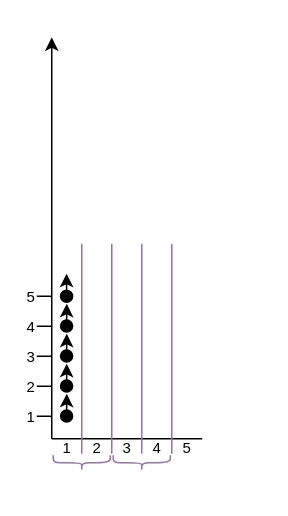
m4ccim/drawio keeps this draw.io diagram as Untitled Diagram.drawio. Above is the earlier version. Source tidied: cells renumbered, new cells numbered last; positions are measured from the earlier drawing's top-left corner, leaving out a move shared by most shapes. Both pictures are drawn from the tidied source at 150%, with x=0, y=0 at pixel (28, 36).
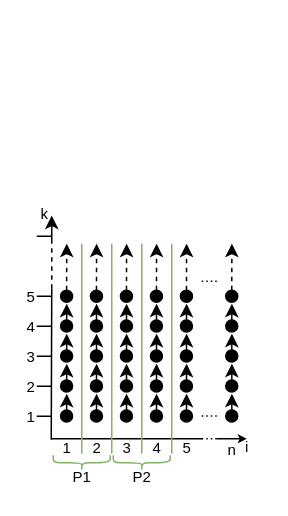
After the change.

Unchanged cells that the change refers to:
```xml
<mxCell id="13" value="1" style="text;html=1;align=center;verticalAlign=middle;points=[];strokeColor=none;fillColor=none;fontSize=10;strokeWidth=1;spacing=1;spacingBottom=8;" parent="1" vertex="1">
  <mxGeometry x="15" y="263" width="20" height="30" as="geometry" />
</mxCell>
```

Change to the diagram source:
```diff
@@
     <mxCell id="2" style="endArrow=classic;html=1;rounded=0;jumpStyle=none;startArrow=none;startFill=0;endFill=1;" parent="1" edge="1">
       <mxGeometry relative="1" as="geometry">
-        <mxPoint x="15" y="268" as="sourcePoint" />
-        <mxPoint x="15" y="0.4" as="targetPoint" />
+        <mxPoint x="15" y="138" as="sourcePoint" />
+        <mxPoint x="15" y="119.2" as="targetPoint" />
       </mxGeometry>
     </mxCell>
@@
-    <mxCell id="4" style="endArrow=none;html=1;rounded=0;jumpStyle=none;fillColor=#e1d5e7;strokeColor=#9673a6;" parent="1" edge="1">
+    <mxCell id="4" style="endArrow=none;html=1;rounded=0;jumpStyle=none;fillColor=#d5e8d4;strokeColor=#82b366;" parent="1" edge="1">
       <mxGeometry relative="1" as="geometry">
         <mxPoint x="35" y="278" as="sourcePoint" />
         <mxPoint x="35" y="138" as="targetPoint" />
       </mxGeometry>
     </mxCell>
-    <mxCell id="5" style="endArrow=none;html=1;rounded=0;jumpStyle=none;fillColor=#e1d5e7;strokeColor=#9673a6;" parent="1" edge="1">
+    <mxCell id="5" style="endArrow=none;html=1;rounded=0;jumpStyle=none;fillColor=#d5e8d4;strokeColor=#82b366;" parent="1" edge="1">
       <mxGeometry relative="1" as="geometry">
         <mxPoint x="55" y="278" as="sourcePoint" />
         <mxPoint x="55" y="138" as="targetPoint" />
       </mxGeometry>
     </mxCell>
-    <mxCell id="6" style="endArrow=none;html=1;rounded=0;jumpStyle=none;fillColor=#e1d5e7;strokeColor=#9673a6;" parent="1" edge="1">
+    <mxCell id="6" style="endArrow=none;html=1;rounded=0;jumpStyle=none;fillColor=#d5e8d4;strokeColor=#82b366;" parent="1" edge="1">
       <mxGeometry relative="1" as="geometry">
         <mxPoint x="75" y="278" as="sourcePoint" />
         <mxPoint x="75" y="138" as="targetPoint" />
       </mxGeometry>
     </mxCell>
-    <mxCell id="7" style="endArrow=none;html=1;rounded=0;jumpStyle=none;fillColor=#e1d5e7;strokeColor=#9673a6;" parent="1" edge="1">
+    <mxCell id="7" style="endArrow=none;html=1;rounded=0;jumpStyle=none;fillColor=#d5e8d4;strokeColor=#82b366;" parent="1" edge="1">
       <mxGeometry relative="1" as="geometry">
         <mxPoint x="95" y="278" as="sourcePoint" />
         <mxPoint x="95" y="138" as="targetPoint" />
       </mxGeometry>
     </mxCell>
@@
-    <mxCell id="23" style="shape=curlyBracket;whiteSpace=wrap;html=1;rounded=1;flipH=1;fontSize=10;strokeWidth=1;rotation=90;size=0.5;fillColor=#e1d5e7;strokeColor=#9673a6;" parent="1" vertex="1">
+    <mxCell id="23" style="shape=curlyBracket;whiteSpace=wrap;html=1;rounded=1;flipH=1;fontSize=10;strokeWidth=1;rotation=90;size=0.5;fillColor=#d5e8d4;strokeColor=#82b366;" parent="1" vertex="1">
       <mxGeometry x="70" y="265" width="10" height="38" as="geometry" />
     </mxCell>
-    <mxCell id="24" style="shape=curlyBracket;whiteSpace=wrap;html=1;rounded=1;flipH=1;fontSize=10;strokeWidth=1;rotation=90;size=0.5;fillColor=#e1d5e7;strokeColor=#9673a6;" parent="1" vertex="1">
+    <mxCell id="24" style="shape=curlyBracket;whiteSpace=wrap;html=1;rounded=1;flipH=1;fontSize=10;strokeWidth=1;rotation=90;size=0.5;fillColor=#d5e8d4;strokeColor=#82b366;" parent="1" vertex="1">
       <mxGeometry x="30" y="265" width="10" height="38" as="geometry" />
     </mxCell>
@@
-    <mxCell id="29" style="html=1;verticalAlign=bottom;startArrow=oval;startFill=1;endArrow=classic;startSize=8;rounded=0;fontSize=10;sourcePerimeterSpacing=3;targetPerimeterSpacing=3;jumpStyle=sharp;jumpSize=3;strokeWidth=1;endFill=1;" parent="1" edge="1">
+    <mxCell id="29" style="html=1;verticalAlign=bottom;startArrow=oval;startFill=1;endArrow=classic;startSize=8;rounded=0;fontSize=10;sourcePerimeterSpacing=3;targetPerimeterSpacing=3;jumpStyle=sharp;jumpSize=3;strokeWidth=1;endFill=1;dashed=1;" parent="1" edge="1">
       <mxGeometry relative="1" as="geometry">
         <mxPoint x="24.9" y="173" as="sourcePoint" />
-        <mxPoint x="24.9" y="158" as="targetPoint" />
+        <mxPoint x="25" y="138" as="targetPoint" />
       </mxGeometry>
     </mxCell>
+    <mxCell id="30" value="P1" style="text;html=1;align=center;verticalAlign=middle;strokeColor=none;fillColor=none;fontSize=10;" parent="1" vertex="1">
+      <mxGeometry x="20" y="283" width="30" height="20" as="geometry" />
+    </mxCell>
+    <mxCell id="31" value="P2" style="text;html=1;align=center;verticalAlign=middle;strokeColor=none;fillColor=none;fontSize=10;" parent="1" vertex="1">
+      <mxGeometry x="60" y="283" width="30" height="20" as="geometry" />
+    </mxCell>
+    <mxCell id="32" style="line;strokeWidth=1;dashed=0;labelPosition=right;align=left;verticalAlign=middle;spacingTop=0;spacingLeft=6;" parent="1" vertex="1">
+      <mxGeometry x="5" y="128" width="10" height="10" as="geometry" />
+    </mxCell>
+    <mxCell id="33" value="k" style="text;html=1;align=center;verticalAlign=middle;strokeColor=none;fillColor=none;fontSize=10;" parent="1" vertex="1">
+      <mxGeometry y="108" width="20" height="20" as="geometry" />
+    </mxCell>
+    <mxCell id="34" style="endArrow=none;html=1;rounded=0;fontSize=10;startSize=3;endSize=3;sourcePerimeterSpacing=3;targetPerimeterSpacing=3;strokeWidth=1;jumpStyle=sharp;jumpSize=3;exitX=-0.017;exitY=0.189;exitDx=0;exitDy=0;exitPerimeter=0;" parent="1" edge="1" source="13">
+      <mxGeometry relative="1" as="geometry">
+        <mxPoint x="15" y="168" as="targetPoint" />
+      </mxGeometry>
+    </mxCell>
+    <mxCell id="35" style="endArrow=none;dashed=1;html=1;rounded=0;fontSize=10;startSize=3;endSize=3;sourcePerimeterSpacing=3;targetPerimeterSpacing=3;strokeWidth=1;jumpStyle=sharp;jumpSize=3;" parent="1" edge="1">
+      <mxGeometry relative="1" as="geometry">
+        <mxPoint x="15" y="168" as="sourcePoint" />
+        <mxPoint x="15" y="138" as="targetPoint" />
+        <Array as="points">
+          <mxPoint x="14.9" y="153" />
+        </Array>
+      </mxGeometry>
+    </mxCell>
+    <mxCell id="36" style="html=1;verticalAlign=bottom;startArrow=oval;startFill=1;endArrow=classic;startSize=8;rounded=0;fontSize=10;sourcePerimeterSpacing=3;targetPerimeterSpacing=3;jumpStyle=sharp;jumpSize=3;strokeWidth=1;endFill=1;" parent="1" edge="1">
+      <mxGeometry relative="1" as="geometry">
+        <mxPoint x="44.8" y="252.9" as="sourcePoint" />
+        <mxPoint x="44.9" y="238" as="targetPoint" />
+      </mxGeometry>
+    </mxCell>
+    <mxCell id="37" style="html=1;verticalAlign=bottom;startArrow=oval;startFill=1;endArrow=classic;startSize=8;rounded=0;fontSize=10;sourcePerimeterSpacing=3;targetPerimeterSpacing=3;jumpStyle=sharp;jumpSize=3;strokeWidth=1;endFill=1;" parent="1" edge="1">
+      <mxGeometry relative="1" as="geometry">
+        <mxPoint x="44.8" y="232.9" as="sourcePoint" />
+        <mxPoint x="44.9" y="218" as="targetPoint" />
+      </mxGeometry>
+    </mxCell>
+    <mxCell id="38" style="html=1;verticalAlign=bottom;startArrow=oval;startFill=1;endArrow=classic;startSize=8;rounded=0;fontSize=10;sourcePerimeterSpacing=3;targetPerimeterSpacing=3;jumpStyle=sharp;jumpSize=3;strokeWidth=1;endFill=1;" parent="1" edge="1">
+      <mxGeometry relative="1" as="geometry">
+        <mxPoint x="44.8" y="212.9" as="sourcePoint" />
+        <mxPoint x="44.9" y="198" as="targetPoint" />
+      </mxGeometry>
+    </mxCell>
+    <mxCell id="39" style="html=1;verticalAlign=bottom;startArrow=oval;startFill=1;endArrow=classic;startSize=8;rounded=0;fontSize=10;sourcePerimeterSpacing=3;targetPerimeterSpacing=3;jumpStyle=sharp;jumpSize=3;strokeWidth=1;endFill=1;" parent="1" edge="1">
+      <mxGeometry relative="1" as="geometry">
+        <mxPoint x="44.8" y="192.9" as="sourcePoint" />
+        <mxPoint x="44.9" y="178" as="targetPoint" />
+      </mxGeometry>
+    </mxCell>
+    <mxCell id="40" style="html=1;verticalAlign=bottom;startArrow=oval;startFill=1;endArrow=classic;startSize=8;rounded=0;fontSize=10;sourcePerimeterSpacing=3;targetPerimeterSpacing=3;jumpStyle=sharp;jumpSize=3;strokeWidth=1;endFill=1;dashed=1;" parent="1" edge="1">
+      <mxGeometry relative="1" as="geometry">
+        <mxPoint x="44.8" y="173" as="sourcePoint" />
+        <mxPoint x="44.9" y="138" as="targetPoint" />
+      </mxGeometry>
+    </mxCell>
+    <mxCell id="41" style="html=1;verticalAlign=bottom;startArrow=oval;startFill=1;endArrow=classic;startSize=8;rounded=0;fontSize=10;sourcePerimeterSpacing=3;targetPerimeterSpacing=3;jumpStyle=sharp;jumpSize=3;strokeWidth=1;endFill=1;" parent="1" edge="1">
+      <mxGeometry relative="1" as="geometry">
+        <mxPoint x="64.8" y="252.9" as="sourcePoint" />
+        <mxPoint x="64.9" y="238" as="targetPoint" />
+      </mxGeometry>
+    </mxCell>
+    <mxCell id="42" style="html=1;verticalAlign=bottom;startArrow=oval;startFill=1;endArrow=classic;startSize=8;rounded=0;fontSize=10;sourcePerimeterSpacing=3;targetPerimeterSpacing=3;jumpStyle=sharp;jumpSize=3;strokeWidth=1;endFill=1;" parent="1" edge="1">
+      <mxGeometry relative="1" as="geometry">
+        <mxPoint x="64.8" y="232.9" as="sourcePoint" />
+        <mxPoint x="64.9" y="218" as="targetPoint" />
+      </mxGeometry>
+    </mxCell>
+    <mxCell id="43" style="html=1;verticalAlign=bottom;startArrow=oval;startFill=1;endArrow=classic;startSize=8;rounded=0;fontSize=10;sourcePerimeterSpacing=3;targetPerimeterSpacing=3;jumpStyle=sharp;jumpSize=3;strokeWidth=1;endFill=1;" parent="1" edge="1">
+      <mxGeometry relative="1" as="geometry">
+        <mxPoint x="64.8" y="212.9" as="sourcePoint" />
+        <mxPoint x="64.9" y="198" as="targetPoint" />
+      </mxGeometry>
+    </mxCell>
+    <mxCell id="44" style="html=1;verticalAlign=bottom;startArrow=oval;startFill=1;endArrow=classic;startSize=8;rounded=0;fontSize=10;sourcePerimeterSpacing=3;targetPerimeterSpacing=3;jumpStyle=sharp;jumpSize=3;strokeWidth=1;endFill=1;" parent="1" edge="1">
+      <mxGeometry relative="1" as="geometry">
+        <mxPoint x="64.8" y="192.9" as="sourcePoint" />
+        <mxPoint x="64.9" y="178" as="targetPoint" />
+      </mxGeometry>
+    </mxCell>
+    <mxCell id="45" style="html=1;verticalAlign=bottom;startArrow=oval;startFill=1;endArrow=classic;startSize=8;rounded=0;fontSize=10;sourcePerimeterSpacing=3;targetPerimeterSpacing=3;jumpStyle=sharp;jumpSize=3;strokeWidth=1;endFill=1;dashed=1;" parent="1" edge="1">
+      <mxGeometry relative="1" as="geometry">
+        <mxPoint x="64.8" y="173" as="sourcePoint" />
+        <mxPoint x="64.9" y="138" as="targetPoint" />
+      </mxGeometry>
+    </mxCell>
+    <mxCell id="46" style="html=1;verticalAlign=bottom;startArrow=oval;startFill=1;endArrow=classic;startSize=8;rounded=0;fontSize=10;sourcePerimeterSpacing=3;targetPerimeterSpacing=3;jumpStyle=sharp;jumpSize=3;strokeWidth=1;endFill=1;" parent="1" edge="1">
+      <mxGeometry relative="1" as="geometry">
+        <mxPoint x="84.8" y="252.9" as="sourcePoint" />
+        <mxPoint x="84.9" y="238" as="targetPoint" />
+      </mxGeometry>
+    </mxCell>
+    <mxCell id="47" style="html=1;verticalAlign=bottom;startArrow=oval;startFill=1;endArrow=classic;startSize=8;rounded=0;fontSize=10;sourcePerimeterSpacing=3;targetPerimeterSpacing=3;jumpStyle=sharp;jumpSize=3;strokeWidth=1;endFill=1;" parent="1" edge="1">
+      <mxGeometry relative="1" as="geometry">
+        <mxPoint x="84.8" y="232.9" as="sourcePoint" />
+        <mxPoint x="84.9" y="218" as="targetPoint" />
+      </mxGeometry>
+    </mxCell>
+    <mxCell id="48" style="html=1;verticalAlign=bottom;startArrow=oval;startFill=1;endArrow=classic;startSize=8;rounded=0;fontSize=10;sourcePerimeterSpacing=3;targetPerimeterSpacing=3;jumpStyle=sharp;jumpSize=3;strokeWidth=1;endFill=1;" parent="1" edge="1">
+      <mxGeometry relative="1" as="geometry">
+        <mxPoint x="84.8" y="212.9" as="sourcePoint" />
+        <mxPoint x="84.9" y="198" as="targetPoint" />
+      </mxGeometry>
+    </mxCell>
+    <mxCell id="49" style="html=1;verticalAlign=bottom;startArrow=oval;startFill=1;endArrow=classic;startSize=8;rounded=0;fontSize=10;sourcePerimeterSpacing=3;targetPerimeterSpacing=3;jumpStyle=sharp;jumpSize=3;strokeWidth=1;endFill=1;" parent="1" edge="1">
+      <mxGeometry relative="1" as="geometry">
+        <mxPoint x="84.8" y="192.9" as="sourcePoint" />
+        <mxPoint x="84.9" y="178" as="targetPoint" />
+      </mxGeometry>
+    </mxCell>
+    <mxCell id="50" style="html=1;verticalAlign=bottom;startArrow=oval;startFill=1;endArrow=classic;startSize=8;rounded=0;fontSize=10;sourcePerimeterSpacing=3;targetPerimeterSpacing=3;jumpStyle=sharp;jumpSize=3;strokeWidth=1;endFill=1;dashed=1;" parent="1" edge="1">
+      <mxGeometry relative="1" as="geometry">
+        <mxPoint x="84.8" y="173" as="sourcePoint" />
+        <mxPoint x="84.9" y="138" as="targetPoint" />
+      </mxGeometry>
+    </mxCell>
+    <mxCell id="51" style="html=1;verticalAlign=bottom;startArrow=oval;startFill=1;endArrow=classic;startSize=8;rounded=0;fontSize=10;sourcePerimeterSpacing=3;targetPerimeterSpacing=3;jumpStyle=sharp;jumpSize=3;strokeWidth=1;endFill=1;" parent="1" edge="1">
+      <mxGeometry relative="1" as="geometry">
+        <mxPoint x="104.8" y="252.9" as="sourcePoint" />
+        <mxPoint x="104.9" y="238" as="targetPoint" />
+      </mxGeometry>
+    </mxCell>
+    <mxCell id="52" style="html=1;verticalAlign=bottom;startArrow=oval;startFill=1;endArrow=classic;startSize=8;rounded=0;fontSize=10;sourcePerimeterSpacing=3;targetPerimeterSpacing=3;jumpStyle=sharp;jumpSize=3;strokeWidth=1;endFill=1;" parent="1" edge="1">
+      <mxGeometry relative="1" as="geometry">
+        <mxPoint x="104.8" y="232.9" as="sourcePoint" />
+        <mxPoint x="104.9" y="218" as="targetPoint" />
+      </mxGeometry>
+    </mxCell>
+    <mxCell id="53" style="html=1;verticalAlign=bottom;startArrow=oval;startFill=1;endArrow=classic;startSize=8;rounded=0;fontSize=10;sourcePerimeterSpacing=3;targetPerimeterSpacing=3;jumpStyle=sharp;jumpSize=3;strokeWidth=1;endFill=1;" parent="1" edge="1">
+      <mxGeometry relative="1" as="geometry">
+        <mxPoint x="104.8" y="212.9" as="sourcePoint" />
+        <mxPoint x="104.9" y="198" as="targetPoint" />
+      </mxGeometry>
+    </mxCell>
+    <mxCell id="54" style="html=1;verticalAlign=bottom;startArrow=oval;startFill=1;endArrow=classic;startSize=8;rounded=0;fontSize=10;sourcePerimeterSpacing=3;targetPerimeterSpacing=3;jumpStyle=sharp;jumpSize=3;strokeWidth=1;endFill=1;" parent="1" edge="1">
+      <mxGeometry relative="1" as="geometry">
+        <mxPoint x="104.8" y="192.9" as="sourcePoint" />
+        <mxPoint x="104.9" y="178" as="targetPoint" />
+      </mxGeometry>
+    </mxCell>
+    <mxCell id="55" style="html=1;verticalAlign=bottom;startArrow=oval;startFill=1;endArrow=classic;startSize=8;rounded=0;fontSize=10;sourcePerimeterSpacing=3;targetPerimeterSpacing=3;jumpStyle=sharp;jumpSize=3;strokeWidth=1;endFill=1;dashed=1;" parent="1" edge="1">
+      <mxGeometry relative="1" as="geometry">
+        <mxPoint x="104.8" y="173" as="sourcePoint" />
+        <mxPoint x="104.9" y="138" as="targetPoint" />
+      </mxGeometry>
+    </mxCell>
+    <mxCell id="56" style="html=1;verticalAlign=bottom;startArrow=oval;startFill=1;endArrow=classic;startSize=8;rounded=0;fontSize=10;sourcePerimeterSpacing=3;targetPerimeterSpacing=3;jumpStyle=sharp;jumpSize=3;strokeWidth=1;endFill=1;" parent="1" edge="1">
+      <mxGeometry relative="1" as="geometry">
+        <mxPoint x="135" y="252.9" as="sourcePoint" />
+        <mxPoint x="135.1" y="238" as="targetPoint" />
+      </mxGeometry>
+    </mxCell>
+    <mxCell id="57" style="html=1;verticalAlign=bottom;startArrow=oval;startFill=1;endArrow=classic;startSize=8;rounded=0;fontSize=10;sourcePerimeterSpacing=3;targetPerimeterSpacing=3;jumpStyle=sharp;jumpSize=3;strokeWidth=1;endFill=1;" parent="1" edge="1">
+      <mxGeometry relative="1" as="geometry">
+        <mxPoint x="135" y="232.9" as="sourcePoint" />
+        <mxPoint x="135.1" y="218" as="targetPoint" />
+      </mxGeometry>
+    </mxCell>
+    <mxCell id="58" style="html=1;verticalAlign=bottom;startArrow=oval;startFill=1;endArrow=classic;startSize=8;rounded=0;fontSize=10;sourcePerimeterSpacing=3;targetPerimeterSpacing=3;jumpStyle=sharp;jumpSize=3;strokeWidth=1;endFill=1;" parent="1" edge="1">
+      <mxGeometry relative="1" as="geometry">
+        <mxPoint x="135" y="212.9" as="sourcePoint" />
+        <mxPoint x="135.1" y="198" as="targetPoint" />
+      </mxGeometry>
+    </mxCell>
+    <mxCell id="59" style="html=1;verticalAlign=bottom;startArrow=oval;startFill=1;endArrow=classic;startSize=8;rounded=0;fontSize=10;sourcePerimeterSpacing=3;targetPerimeterSpacing=3;jumpStyle=sharp;jumpSize=3;strokeWidth=1;endFill=1;" parent="1" edge="1">
+      <mxGeometry relative="1" as="geometry">
+        <mxPoint x="135" y="192.9" as="sourcePoint" />
+        <mxPoint x="135.1" y="178" as="targetPoint" />
+      </mxGeometry>
+    </mxCell>
+    <mxCell id="60" style="html=1;verticalAlign=bottom;startArrow=oval;startFill=1;endArrow=classic;startSize=8;rounded=0;fontSize=10;sourcePerimeterSpacing=3;targetPerimeterSpacing=3;jumpStyle=sharp;jumpSize=3;strokeWidth=1;endFill=1;dashed=1;" parent="1" edge="1">
+      <mxGeometry relative="1" as="geometry">
+        <mxPoint x="135" y="173" as="sourcePoint" />
+        <mxPoint x="135.1" y="138" as="targetPoint" />
+      </mxGeometry>
+    </mxCell>
+    <mxCell id="61" style="endArrow=none;dashed=1;html=1;strokeWidth=1;rounded=0;fontSize=10;startSize=3;endSize=3;sourcePerimeterSpacing=3;targetPerimeterSpacing=3;jumpStyle=sharp;jumpSize=3;dashPattern=1 2;" parent="1" edge="1">
+      <mxGeometry relative="1" as="geometry">
+        <mxPoint x="115" y="268" as="sourcePoint" />
+        <mxPoint x="125" y="268" as="targetPoint" />
+      </mxGeometry>
+    </mxCell>
+    <mxCell id="62" style="endArrow=none;dashed=1;html=1;rounded=0;fontSize=10;startSize=3;endSize=3;sourcePerimeterSpacing=3;targetPerimeterSpacing=3;strokeWidth=1;jumpStyle=sharp;jumpSize=3;dashPattern=1 2;" parent="1" edge="1">
+      <mxGeometry relative="1" as="geometry">
+        <mxPoint x="115" y="252.8" as="sourcePoint" />
+        <mxPoint x="125" y="252.8" as="targetPoint" />
+      </mxGeometry>
+    </mxCell>
+    <mxCell id="63" style="endArrow=none;dashed=1;html=1;rounded=0;fontSize=10;startSize=3;endSize=3;sourcePerimeterSpacing=3;targetPerimeterSpacing=3;strokeWidth=1;jumpStyle=sharp;jumpSize=3;dashPattern=1 2;" parent="1" edge="1">
+      <mxGeometry relative="1" as="geometry">
+        <mxPoint x="115" y="163" as="sourcePoint" />
+        <mxPoint x="125" y="163" as="targetPoint" />
+      </mxGeometry>
+    </mxCell>
+    <mxCell id="64" style="endArrow=classic;html=1;rounded=0;fontSize=10;startSize=3;endSize=3;sourcePerimeterSpacing=3;targetPerimeterSpacing=3;strokeWidth=1;jumpStyle=sharp;jumpSize=3;endFill=1;" parent="1" edge="1">
+      <mxGeometry relative="1" as="geometry">
+        <mxPoint x="125" y="268" as="sourcePoint" />
+        <mxPoint x="145" y="268" as="targetPoint" />
+      </mxGeometry>
+    </mxCell>
+    <mxCell id="65" value="n" style="text;html=1;align=center;verticalAlign=middle;strokeColor=none;fillColor=none;fontSize=10;spacing=0;" parent="1" vertex="1">
+      <mxGeometry x="125" y="265" width="20" height="20" as="geometry" />
+    </mxCell>
+    <mxCell id="66" value="i" style="text;html=1;align=center;verticalAlign=middle;strokeColor=none;fillColor=none;fontSize=10;" parent="1" vertex="1">
+      <mxGeometry x="135" y="263" width="20" height="20" as="geometry" />
+    </mxCell>
```
